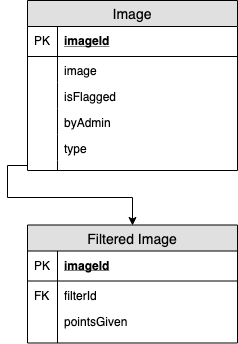
Above: image.png in TamasPalfi/High-Level-Requirements (draw.io), before the change. Source tidied: cells renumbered, new cells last; positions are measured from the earlier drawing's top-left corner, leaving out a move shared by most shapes. The source it was exported from:
```xml
<mxGraphModel>
  <root>
    <mxCell id="0" />
    <mxCell id="1" parent="0" />
    <mxCell id="2" value="Image" style="swimlane;fontStyle=0;horizontal=1;startSize=26;fillColor=#e0e0e0;swimlaneFillColor=#ffffff;align=center;fontSize=14;" parent="1" vertex="1">
      <mxGeometry width="210" height="170" as="geometry" />
    </mxCell>
    <mxCell id="3" value="imageId" style="shape=partialRectangle;top=0;left=0;right=0;bottom=1;align=left;verticalAlign=middle;fillColor=none;spacingLeft=34;spacingRight=4;overflow=hidden;fontStyle=5;fontSize=12;" parent="2" vertex="1">
      <mxGeometry y="26" width="210" height="30" as="geometry" />
    </mxCell>
    <mxCell id="4" value="PK" style="shape=partialRectangle;top=0;left=0;bottom=0;fillColor=none;align=left;verticalAlign=middle;spacingLeft=4;spacingRight=4;overflow=hidden;fontSize=12;" parent="3" vertex="1">
      <mxGeometry width="30" height="30" as="geometry" />
    </mxCell>
    <mxCell id="5" value="image&#10;" style="shape=partialRectangle;top=0;left=0;right=0;bottom=0;align=left;verticalAlign=top;fillColor=none;spacingLeft=34;spacingRight=4;overflow=hidden;fontSize=12;" parent="2" vertex="1">
      <mxGeometry y="56" width="210" height="26" as="geometry" />
    </mxCell>
    <mxCell id="6" style="shape=partialRectangle;top=0;left=0;bottom=0;fillColor=none;align=left;verticalAlign=top;spacingLeft=4;spacingRight=4;overflow=hidden;fontSize=12;" parent="5" vertex="1">
      <mxGeometry width="30" height="26" as="geometry" />
    </mxCell>
    <mxCell id="7" value="isFlagged" style="shape=partialRectangle;top=0;left=0;right=0;bottom=0;align=left;verticalAlign=top;fillColor=none;spacingLeft=34;spacingRight=4;overflow=hidden;points=[[0,0.5],[1,0.5]];portConstraint=eastwest;fontSize=12;" parent="2" vertex="1">
      <mxGeometry y="82" width="210" height="26" as="geometry" />
    </mxCell>
    <mxCell id="8" style="shape=partialRectangle;top=0;left=0;bottom=0;fillColor=none;align=left;verticalAlign=top;spacingLeft=4;spacingRight=4;overflow=hidden;fontSize=12;" parent="7" vertex="1">
      <mxGeometry width="30" height="26" as="geometry" />
    </mxCell>
    <mxCell id="9" value="byAdmin" style="shape=partialRectangle;top=0;left=0;right=0;bottom=0;align=left;verticalAlign=top;fillColor=none;spacingLeft=34;spacingRight=4;overflow=hidden;fontSize=12;" parent="2" vertex="1">
      <mxGeometry y="108" width="210" height="26" as="geometry" />
    </mxCell>
    <mxCell id="10" style="shape=partialRectangle;top=0;left=0;bottom=0;fillColor=none;align=left;verticalAlign=top;spacingLeft=4;spacingRight=4;overflow=hidden;fontSize=12;" parent="9" vertex="1">
      <mxGeometry width="30" height="26" as="geometry" />
    </mxCell>
    <mxCell id="11" value="type&#10;&#10;" style="shape=partialRectangle;top=0;left=0;right=0;bottom=0;align=left;verticalAlign=top;fillColor=none;spacingLeft=34;spacingRight=4;overflow=hidden;fontSize=12;" parent="2" vertex="1">
      <mxGeometry y="134" width="210" height="26" as="geometry" />
    </mxCell>
    <mxCell id="12" style="shape=partialRectangle;top=0;left=0;bottom=0;fillColor=none;align=left;verticalAlign=top;spacingLeft=4;spacingRight=4;overflow=hidden;fontSize=12;" parent="11" vertex="1">
      <mxGeometry width="30" height="26" as="geometry" />
    </mxCell>
    <mxCell id="13" style="shape=partialRectangle;top=0;left=0;right=0;bottom=0;align=left;verticalAlign=top;fillColor=none;spacingLeft=34;spacingRight=4;overflow=hidden;points=[[0,0.5],[1,0.5]];portConstraint=eastwest;fontSize=12;" parent="2" vertex="1">
      <mxGeometry y="160" width="210" height="10" as="geometry" />
    </mxCell>
    <mxCell id="14" style="shape=partialRectangle;top=0;left=0;bottom=0;fillColor=none;align=left;verticalAlign=top;spacingLeft=4;spacingRight=4;overflow=hidden;fontSize=12;" parent="13" vertex="1">
      <mxGeometry width="30" height="10" as="geometry" />
    </mxCell>
    <mxCell id="15" value="Filtered Image" style="swimlane;fontStyle=0;horizontal=1;startSize=26;fillColor=#e0e0e0;swimlaneFillColor=#ffffff;align=center;fontSize=14;" parent="1" vertex="1">
      <mxGeometry y="224.5" width="210" height="118" as="geometry" />
    </mxCell>
    <mxCell id="16" value="imageId" style="shape=partialRectangle;top=0;left=0;right=0;bottom=1;align=left;verticalAlign=middle;fillColor=none;spacingLeft=34;spacingRight=4;overflow=hidden;fontStyle=5;fontSize=12;" parent="15" vertex="1">
      <mxGeometry y="26" width="210" height="30" as="geometry" />
    </mxCell>
    <mxCell id="17" value="PK" style="shape=partialRectangle;top=0;left=0;bottom=0;fillColor=none;align=left;verticalAlign=middle;spacingLeft=4;spacingRight=4;overflow=hidden;fontSize=12;" parent="16" vertex="1">
      <mxGeometry width="30" height="30" as="geometry" />
    </mxCell>
    <mxCell id="18" value="filterId" style="shape=partialRectangle;top=0;left=0;right=0;bottom=0;align=left;verticalAlign=top;fillColor=none;spacingLeft=34;spacingRight=4;overflow=hidden;fontSize=12;" parent="15" vertex="1">
      <mxGeometry y="56" width="210" height="26" as="geometry" />
    </mxCell>
    <mxCell id="19" value="FK" style="shape=partialRectangle;top=0;left=0;bottom=0;fillColor=none;align=left;verticalAlign=top;spacingLeft=4;spacingRight=4;overflow=hidden;fontSize=12;" parent="18" vertex="1">
      <mxGeometry width="30" height="26" as="geometry" />
    </mxCell>
    <mxCell id="20" value="pointsGiven" style="shape=partialRectangle;top=0;left=0;right=0;bottom=0;align=left;verticalAlign=top;fillColor=none;spacingLeft=34;spacingRight=4;overflow=hidden;fontSize=12;" parent="15" vertex="1">
      <mxGeometry y="82" width="210" height="26" as="geometry" />
    </mxCell>
    <mxCell id="21" style="shape=partialRectangle;top=0;left=0;bottom=0;fillColor=none;align=left;verticalAlign=top;spacingLeft=4;spacingRight=4;overflow=hidden;fontSize=12;" parent="20" vertex="1">
      <mxGeometry width="30" height="26" as="geometry" />
    </mxCell>
    <mxCell id="22" style="shape=partialRectangle;top=0;left=0;right=0;bottom=0;align=left;verticalAlign=top;fillColor=none;spacingLeft=34;spacingRight=4;overflow=hidden;fontSize=12;" parent="15" vertex="1">
      <mxGeometry y="108" width="210" height="10" as="geometry" />
    </mxCell>
    <mxCell id="23" style="shape=partialRectangle;top=0;left=0;bottom=0;fillColor=none;align=left;verticalAlign=top;spacingLeft=4;spacingRight=4;overflow=hidden;fontSize=12;" parent="22" vertex="1">
      <mxGeometry width="30" height="10" as="geometry" />
    </mxCell>
    <mxCell id="24" style="edgeStyle=orthogonalEdgeStyle;rounded=0;jettySize=auto;html=1;entryX=0.5;entryY=0;entryDx=0;entryDy=0;" parent="1" edge="1" source="13" target="15">
      <mxGeometry relative="1" as="geometry" />
    </mxCell>
  </root>
</mxGraphModel>
```
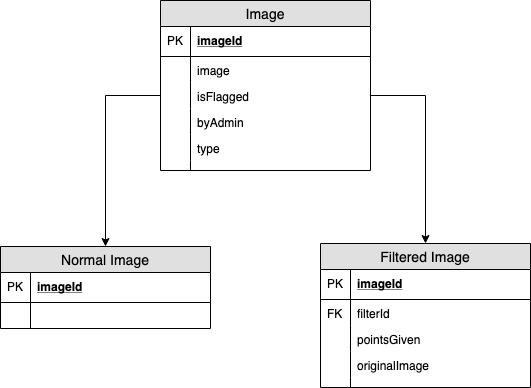
After the commit.

Change to the diagram source:
```diff
@@ -3,53 +3,53 @@
     <mxCell id="0" />
     <mxCell id="1" parent="0" />
     <mxCell id="2" value="Image" style="swimlane;fontStyle=0;horizontal=1;startSize=26;fillColor=#e0e0e0;swimlaneFillColor=#ffffff;align=center;fontSize=14;" parent="1" vertex="1">
-      <mxGeometry width="210" height="170" as="geometry" />
+      <mxGeometry y="-4" width="210" height="170" as="geometry" />
     </mxCell>
-    <mxCell id="3" value="imageId" style="shape=partialRectangle;top=0;left=0;right=0;bottom=1;align=left;verticalAlign=middle;fillColor=none;spacingLeft=34;spacingRight=4;overflow=hidden;fontStyle=5;fontSize=12;" parent="2" vertex="1">
-      <mxGeometry y="26" width="210" height="30" as="geometry" />
-    </mxCell>
-    <mxCell id="4" value="PK" style="shape=partialRectangle;top=0;left=0;bottom=0;fillColor=none;align=left;verticalAlign=middle;spacingLeft=4;spacingRight=4;overflow=hidden;fontSize=12;" parent="3" vertex="1">
-      <mxGeometry width="30" height="30" as="geometry" />
-    </mxCell>
+    <mxCell id="25" value="imageId" style="shape=partialRectangle;top=0;left=0;right=0;bottom=1;align=left;verticalAlign=middle;fillColor=none;spacingLeft=34;spacingRight=4;overflow=hidden;fontStyle=5;fontSize=12;" parent="2" vertex="1">
+      <mxGeometry y="26" width="210" height="30" as="geometry" />
+    </mxCell>
+    <mxCell id="26" value="PK" style="shape=partialRectangle;top=0;left=0;bottom=0;fillColor=none;align=left;verticalAlign=middle;spacingLeft=4;spacingRight=4;overflow=hidden;fontSize=12;" parent="25" vertex="1">
+      <mxGeometry width="30" height="30" as="geometry" />
+    </mxCell>
     <mxCell id="5" value="image&#10;" style="shape=partialRectangle;top=0;left=0;right=0;bottom=0;align=left;verticalAlign=top;fillColor=none;spacingLeft=34;spacingRight=4;overflow=hidden;fontSize=12;" parent="2" vertex="1">
       <mxGeometry y="56" width="210" height="26" as="geometry" />
     </mxCell>
-    <mxCell id="6" style="shape=partialRectangle;top=0;left=0;bottom=0;fillColor=none;align=left;verticalAlign=top;spacingLeft=4;spacingRight=4;overflow=hidden;fontSize=12;" parent="5" vertex="1">
-      <mxGeometry width="30" height="26" as="geometry" />
-    </mxCell>
+    <mxCell id="27" style="shape=partialRectangle;top=0;left=0;bottom=0;fillColor=none;align=left;verticalAlign=top;spacingLeft=4;spacingRight=4;overflow=hidden;fontSize=12;" parent="5" vertex="1">
+      <mxGeometry width="30" height="26" as="geometry" />
+    </mxCell>
     <mxCell id="7" value="isFlagged" style="shape=partialRectangle;top=0;left=0;right=0;bottom=0;align=left;verticalAlign=top;fillColor=none;spacingLeft=34;spacingRight=4;overflow=hidden;points=[[0,0.5],[1,0.5]];portConstraint=eastwest;fontSize=12;" parent="2" vertex="1">
       <mxGeometry y="82" width="210" height="26" as="geometry" />
     </mxCell>
-    <mxCell id="8" style="shape=partialRectangle;top=0;left=0;bottom=0;fillColor=none;align=left;verticalAlign=top;spacingLeft=4;spacingRight=4;overflow=hidden;fontSize=12;" parent="7" vertex="1">
-      <mxGeometry width="30" height="26" as="geometry" />
-    </mxCell>
+    <mxCell id="28" style="shape=partialRectangle;top=0;left=0;bottom=0;fillColor=none;align=left;verticalAlign=top;spacingLeft=4;spacingRight=4;overflow=hidden;fontSize=12;" parent="7" vertex="1">
+      <mxGeometry width="30" height="26" as="geometry" />
+    </mxCell>
     <mxCell id="9" value="byAdmin" style="shape=partialRectangle;top=0;left=0;right=0;bottom=0;align=left;verticalAlign=top;fillColor=none;spacingLeft=34;spacingRight=4;overflow=hidden;fontSize=12;" parent="2" vertex="1">
       <mxGeometry y="108" width="210" height="26" as="geometry" />
     </mxCell>
-    <mxCell id="10" style="shape=partialRectangle;top=0;left=0;bottom=0;fillColor=none;align=left;verticalAlign=top;spacingLeft=4;spacingRight=4;overflow=hidden;fontSize=12;" parent="9" vertex="1">
-      <mxGeometry width="30" height="26" as="geometry" />
-    </mxCell>
+    <mxCell id="29" style="shape=partialRectangle;top=0;left=0;bottom=0;fillColor=none;align=left;verticalAlign=top;spacingLeft=4;spacingRight=4;overflow=hidden;fontSize=12;" parent="9" vertex="1">
+      <mxGeometry width="30" height="26" as="geometry" />
+    </mxCell>
-    <mxCell id="11" value="type&#10;&#10;" style="shape=partialRectangle;top=0;left=0;right=0;bottom=0;align=left;verticalAlign=top;fillColor=none;spacingLeft=34;spacingRight=4;overflow=hidden;fontSize=12;" parent="2" vertex="1">
+    <mxCell id="11" value="type" style="shape=partialRectangle;top=0;left=0;right=0;bottom=0;align=left;verticalAlign=top;fillColor=none;spacingLeft=34;spacingRight=4;overflow=hidden;fontSize=12;" parent="2" vertex="1">
       <mxGeometry y="134" width="210" height="26" as="geometry" />
     </mxCell>
-    <mxCell id="12" style="shape=partialRectangle;top=0;left=0;bottom=0;fillColor=none;align=left;verticalAlign=top;spacingLeft=4;spacingRight=4;overflow=hidden;fontSize=12;" parent="11" vertex="1">
-      <mxGeometry width="30" height="26" as="geometry" />
-    </mxCell>
+    <mxCell id="30" style="shape=partialRectangle;top=0;left=0;bottom=0;fillColor=none;align=left;verticalAlign=top;spacingLeft=4;spacingRight=4;overflow=hidden;fontSize=12;" parent="11" vertex="1">
+      <mxGeometry width="30" height="26" as="geometry" />
+    </mxCell>
     <mxCell id="13" style="shape=partialRectangle;top=0;left=0;right=0;bottom=0;align=left;verticalAlign=top;fillColor=none;spacingLeft=34;spacingRight=4;overflow=hidden;points=[[0,0.5],[1,0.5]];portConstraint=eastwest;fontSize=12;" parent="2" vertex="1">
       <mxGeometry y="160" width="210" height="10" as="geometry" />
     </mxCell>
-    <mxCell id="14" style="shape=partialRectangle;top=0;left=0;bottom=0;fillColor=none;align=left;verticalAlign=top;spacingLeft=4;spacingRight=4;overflow=hidden;fontSize=12;" parent="13" vertex="1">
-      <mxGeometry width="30" height="10" as="geometry" />
-    </mxCell>
+    <mxCell id="31" style="shape=partialRectangle;top=0;left=0;bottom=0;fillColor=none;align=left;verticalAlign=top;spacingLeft=4;spacingRight=4;overflow=hidden;fontSize=12;" parent="13" vertex="1">
+      <mxGeometry width="30" height="10" as="geometry" />
+    </mxCell>
     <mxCell id="15" value="Filtered Image" style="swimlane;fontStyle=0;horizontal=1;startSize=26;fillColor=#e0e0e0;swimlaneFillColor=#ffffff;align=center;fontSize=14;" parent="1" vertex="1">
-      <mxGeometry y="224.5" width="210" height="118" as="geometry" />
+      <mxGeometry x="160" y="239" width="210" height="144" as="geometry" />
     </mxCell>
-    <mxCell id="16" value="imageId" style="shape=partialRectangle;top=0;left=0;right=0;bottom=1;align=left;verticalAlign=middle;fillColor=none;spacingLeft=34;spacingRight=4;overflow=hidden;fontStyle=5;fontSize=12;" parent="15" vertex="1">
-      <mxGeometry y="26" width="210" height="30" as="geometry" />
-    </mxCell>
-    <mxCell id="17" value="PK" style="shape=partialRectangle;top=0;left=0;bottom=0;fillColor=none;align=left;verticalAlign=middle;spacingLeft=4;spacingRight=4;overflow=hidden;fontSize=12;" parent="16" vertex="1">
-      <mxGeometry width="30" height="30" as="geometry" />
-    </mxCell>
+    <mxCell id="32" value="imageId" style="shape=partialRectangle;top=0;left=0;right=0;bottom=1;align=left;verticalAlign=middle;fillColor=none;spacingLeft=34;spacingRight=4;overflow=hidden;fontStyle=5;fontSize=12;" parent="15" vertex="1">
+      <mxGeometry y="26" width="210" height="30" as="geometry" />
+    </mxCell>
+    <mxCell id="33" value="PK" style="shape=partialRectangle;top=0;left=0;bottom=0;fillColor=none;align=left;verticalAlign=middle;spacingLeft=4;spacingRight=4;overflow=hidden;fontSize=12;" parent="32" vertex="1">
+      <mxGeometry width="30" height="30" as="geometry" />
+    </mxCell>
     <mxCell id="18" value="filterId" style="shape=partialRectangle;top=0;left=0;right=0;bottom=0;align=left;verticalAlign=top;fillColor=none;spacingLeft=34;spacingRight=4;overflow=hidden;fontSize=12;" parent="15" vertex="1">
       <mxGeometry y="56" width="210" height="26" as="geometry" />
     </mxCell>
@@ -59,17 +59,41 @@
     <mxCell id="20" value="pointsGiven" style="shape=partialRectangle;top=0;left=0;right=0;bottom=0;align=left;verticalAlign=top;fillColor=none;spacingLeft=34;spacingRight=4;overflow=hidden;fontSize=12;" parent="15" vertex="1">
       <mxGeometry y="82" width="210" height="26" as="geometry" />
     </mxCell>
-    <mxCell id="21" style="shape=partialRectangle;top=0;left=0;bottom=0;fillColor=none;align=left;verticalAlign=top;spacingLeft=4;spacingRight=4;overflow=hidden;fontSize=12;" parent="20" vertex="1">
-      <mxGeometry width="30" height="26" as="geometry" />
-    </mxCell>
-    <mxCell id="22" style="shape=partialRectangle;top=0;left=0;right=0;bottom=0;align=left;verticalAlign=top;fillColor=none;spacingLeft=34;spacingRight=4;overflow=hidden;fontSize=12;" parent="15" vertex="1">
-      <mxGeometry y="108" width="210" height="10" as="geometry" />
-    </mxCell>
-    <mxCell id="23" style="shape=partialRectangle;top=0;left=0;bottom=0;fillColor=none;align=left;verticalAlign=top;spacingLeft=4;spacingRight=4;overflow=hidden;fontSize=12;" parent="22" vertex="1">
-      <mxGeometry width="30" height="10" as="geometry" />
-    </mxCell>
-    <mxCell id="24" style="edgeStyle=orthogonalEdgeStyle;rounded=0;jettySize=auto;html=1;entryX=0.5;entryY=0;entryDx=0;entryDy=0;" parent="1" edge="1" source="13" target="15">
-      <mxGeometry relative="1" as="geometry" />
-    </mxCell>
+    <mxCell id="34" style="shape=partialRectangle;top=0;left=0;bottom=0;fillColor=none;align=left;verticalAlign=top;spacingLeft=4;spacingRight=4;overflow=hidden;fontSize=12;" parent="20" vertex="1">
+      <mxGeometry width="30" height="26" as="geometry" />
+    </mxCell>
+    <mxCell id="35" value="originalImage" style="shape=partialRectangle;top=0;left=0;right=0;bottom=0;align=left;verticalAlign=top;fillColor=none;spacingLeft=34;spacingRight=4;overflow=hidden;fontSize=12;" parent="15" vertex="1">
+      <mxGeometry y="108" width="210" height="26" as="geometry" />
+    </mxCell>
+    <mxCell id="36" style="shape=partialRectangle;top=0;left=0;bottom=0;fillColor=none;align=left;verticalAlign=top;spacingLeft=4;spacingRight=4;overflow=hidden;fontSize=12;" parent="35" vertex="1">
+      <mxGeometry width="30" height="26" as="geometry" />
+    </mxCell>
+    <mxCell id="37" style="shape=partialRectangle;top=0;left=0;right=0;bottom=0;align=left;verticalAlign=top;fillColor=none;spacingLeft=34;spacingRight=4;overflow=hidden;fontSize=12;" parent="15" vertex="1">
+      <mxGeometry y="134" width="210" height="10" as="geometry" />
+    </mxCell>
+    <mxCell id="38" style="shape=partialRectangle;top=0;left=0;bottom=0;fillColor=none;align=left;verticalAlign=top;spacingLeft=4;spacingRight=4;overflow=hidden;fontSize=12;" parent="37" vertex="1">
+      <mxGeometry width="30" height="10" as="geometry" />
+    </mxCell>
+    <mxCell id="39" value="Normal Image" style="swimlane;fontStyle=0;horizontal=1;startSize=26;fillColor=#e0e0e0;swimlaneFillColor=#ffffff;align=center;fontSize=14;" parent="1" vertex="1">
+      <mxGeometry x="-160" y="242" width="210" height="82" as="geometry" />
+    </mxCell>
+    <mxCell id="40" value="imageId" style="shape=partialRectangle;top=0;left=0;right=0;bottom=1;align=left;verticalAlign=middle;fillColor=none;spacingLeft=34;spacingRight=4;overflow=hidden;fontStyle=5;fontSize=12;" parent="39" vertex="1">
+      <mxGeometry y="26" width="210" height="30" as="geometry" />
+    </mxCell>
+    <mxCell id="41" value="PK" style="shape=partialRectangle;top=0;left=0;bottom=0;fillColor=none;align=left;verticalAlign=middle;spacingLeft=4;spacingRight=4;overflow=hidden;fontSize=12;" parent="40" vertex="1">
+      <mxGeometry width="30" height="30" as="geometry" />
+    </mxCell>
+    <mxCell id="42" style="shape=partialRectangle;top=0;left=0;right=0;bottom=0;align=left;verticalAlign=top;fillColor=none;spacingLeft=34;spacingRight=4;overflow=hidden;fontSize=12;" parent="39" vertex="1">
+      <mxGeometry y="56" width="210" height="26" as="geometry" />
+    </mxCell>
+    <mxCell id="43" style="shape=partialRectangle;top=0;left=0;bottom=0;fillColor=none;align=left;verticalAlign=top;spacingLeft=4;spacingRight=4;overflow=hidden;fontSize=12;" parent="42" vertex="1">
+      <mxGeometry width="30" height="26" as="geometry" />
+    </mxCell>
+    <mxCell id="44" style="edgeStyle=orthogonalEdgeStyle;rounded=0;jettySize=auto;html=1;" parent="1" edge="1" source="7" target="39">
+      <mxGeometry relative="1" as="geometry" />
+    </mxCell>
+    <mxCell id="45" style="edgeStyle=orthogonalEdgeStyle;rounded=0;jettySize=auto;html=1;entryX=0.5;entryY=0;entryDx=0;entryDy=0;" parent="1" edge="1" source="7" target="15">
+      <mxGeometry relative="1" as="geometry" />
+    </mxCell>
   </root>
 </mxGraphModel>
```
